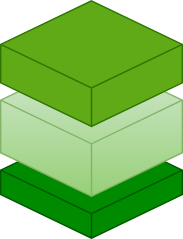
Before: img/stack.drawio.svg, a diagram exported from draw.io (JanMaackKjerbye/public-slides). Source tidied: cells renumbered, new cells last; positions are measured from the earlier drawing's top-left corner, leaving out a move shared by most shapes. Source of this version:
```xml
<mxGraphModel>
  <root>
    <mxCell id="0" />
    <mxCell id="1" parent="0" />
    <mxCell id="2" style="html=1;whiteSpace=wrap;shape=isoCube2;backgroundOutline=1;isoAngle=15;fillColor=#008a00;fontColor=#ffffff;strokeColor=#005700;" parent="1" vertex="1">
      <mxGeometry y="90" width="130" height="80" as="geometry" />
    </mxCell>
    <mxCell id="3" style="html=1;whiteSpace=wrap;shape=isoCube2;backgroundOutline=1;isoAngle=15;fillColor=#d5e8d4;strokeColor=#82b366;gradientColor=#97d077;" parent="1" vertex="1">
      <mxGeometry y="40" width="130" height="100" as="geometry" />
    </mxCell>
    <mxCell id="4" style="html=1;whiteSpace=wrap;shape=isoCube2;backgroundOutline=1;isoAngle=15;fillColor=#60a917;fontColor=#ffffff;strokeColor=#2D7600;" parent="1" vertex="1">
      <mxGeometry width="130" height="90" as="geometry" />
    </mxCell>
  </root>
</mxGraphModel>
```
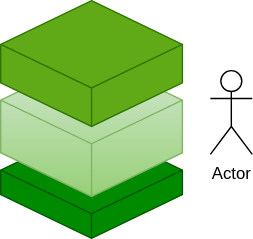
After the change.

The edit, as a diff of the source:
```diff
@@ -11,5 +11,8 @@
     <mxCell id="4" style="html=1;whiteSpace=wrap;shape=isoCube2;backgroundOutline=1;isoAngle=15;fillColor=#60a917;fontColor=#ffffff;strokeColor=#2D7600;" parent="1" vertex="1">
       <mxGeometry width="130" height="90" as="geometry" />
     </mxCell>
+    <mxCell id="5" value="Actor" style="shape=umlActor;verticalLabelPosition=bottom;verticalAlign=top;html=1;" parent="1" vertex="1">
+      <mxGeometry x="150" y="50" width="30" height="60" as="geometry" />
+    </mxCell>
   </root>
 </mxGraphModel>
```
